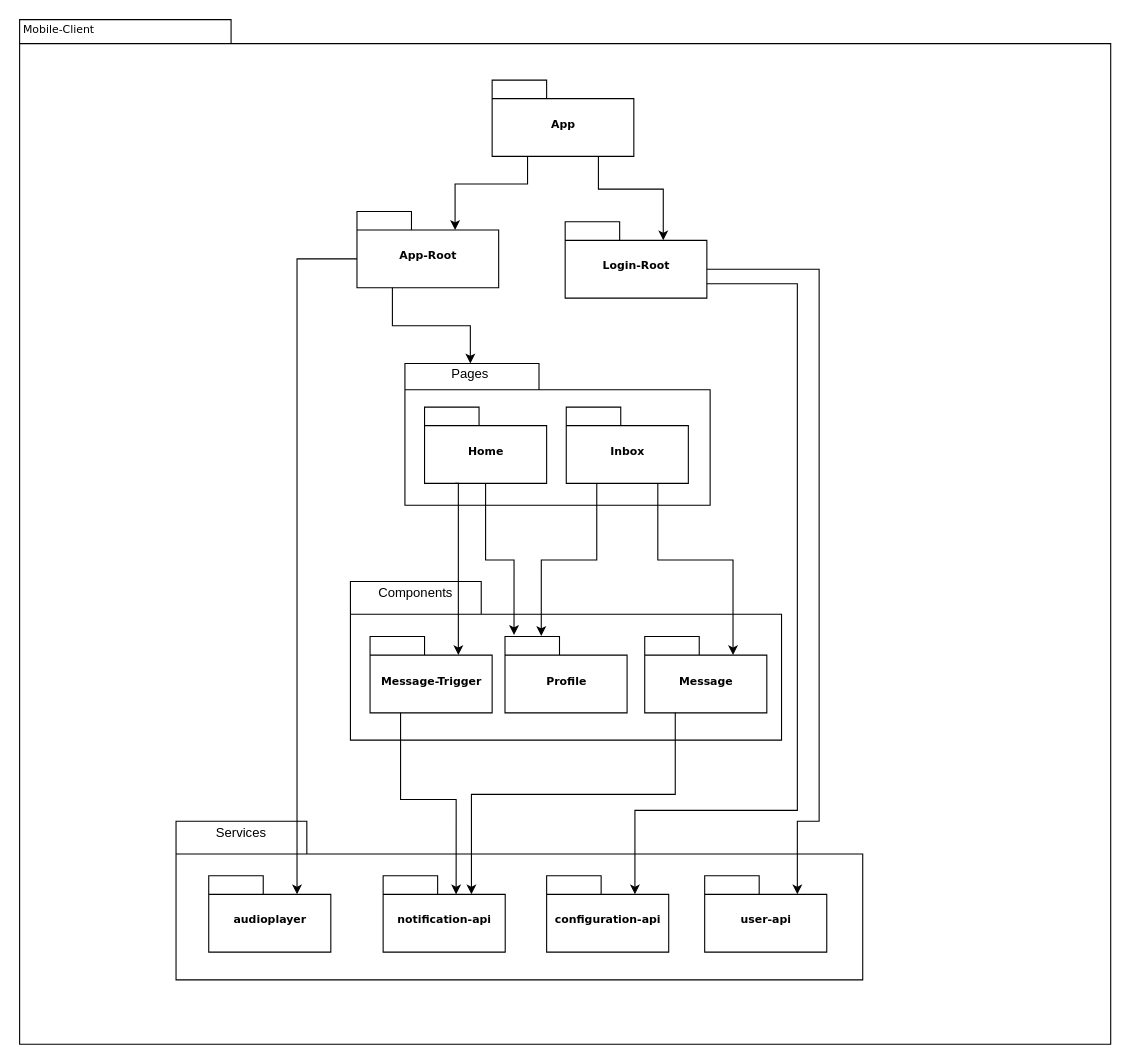
Above: src/graphics/MobileClient-Architecture.drawio in IP5-Cloudbasiertes-Praxisrufsystem/IP5-documentation (draw.io), before the change. Source tidied: cells renumbered, new cells numbered last; positions are measured from the earlier drawing's top-left corner, leaving out a move shared by most shapes. Both pictures are drawn from the tidied source at 109%, with x=0, y=0 at pixel (19, 19).
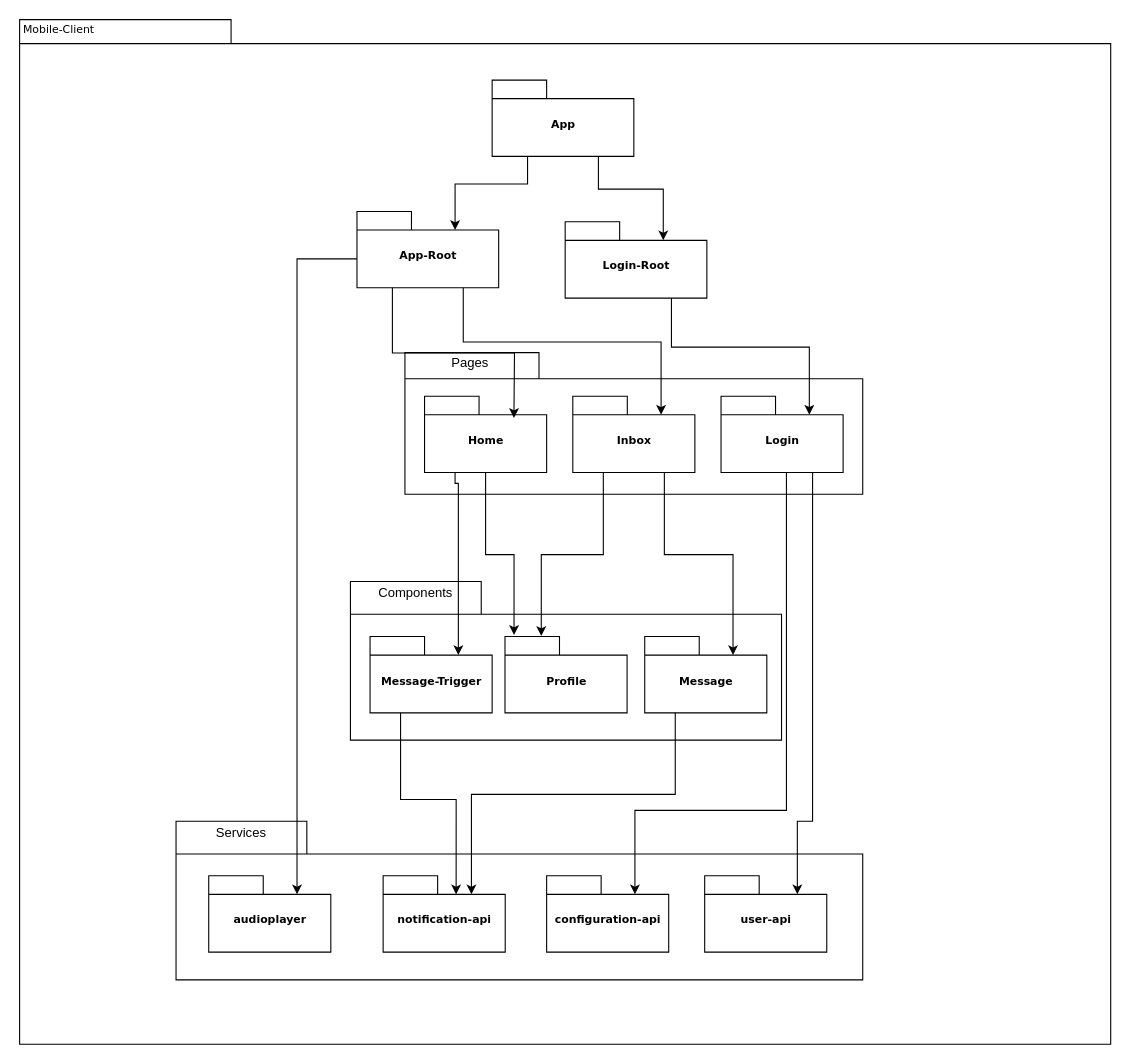
The same page after the edit.

Unchanged cells that the change refers to:
```xml
<mxCell id="8" value="Pages" style="text;html=1;strokeColor=none;fillColor=none;align=center;verticalAlign=middle;whiteSpace=wrap;rounded=0;" parent="4" vertex="1">
  <mxGeometry width="120" height="20" as="geometry" />
</mxCell>
<mxCell id="10" value="App-Root" style="shape=folder;fontStyle=1;spacingTop=10;tabWidth=50;tabHeight=17;tabPosition=left;html=1;rounded=0;shadow=0;comic=0;labelBackgroundColor=none;strokeWidth=1;fontFamily=Verdana;fontSize=10;align=center;" parent="9" vertex="1">
  <mxGeometry width="130" height="70" as="geometry" />
</mxCell>
<mxCell id="14" value="Login-Root" style="shape=folder;fontStyle=1;spacingTop=10;tabWidth=50;tabHeight=17;tabPosition=left;html=1;rounded=0;shadow=0;comic=0;labelBackgroundColor=none;strokeWidth=1;fontFamily=Verdana;fontSize=10;align=center;" parent="13" vertex="1">
  <mxGeometry width="130" height="70" as="geometry" />
</mxCell>
<mxCell id="29" value="configuration-api" style="shape=folder;fontStyle=1;spacingTop=10;tabWidth=50;tabHeight=17;tabPosition=left;html=1;rounded=0;shadow=0;comic=0;labelBackgroundColor=none;strokeWidth=1;fontFamily=Verdana;fontSize=10;align=center;" parent="25" vertex="1">
  <mxGeometry x="340" y="50" width="112" height="70" as="geometry" />
</mxCell>
```

The edit, as a diff of the source:
```diff
@@
     <mxCell id="3" style="group;" parent="1" vertex="1">
-      <mxGeometry x="144" y="166" width="296" height="130" as="geometry" />
+      <mxGeometry x="144" y="166" width="630" height="270" as="geometry" />
     </mxCell>
     <mxCell id="4" style="group;" parent="3" vertex="1">
-      <mxGeometry x="210" y="150" width="280" height="130" as="geometry" />
+      <mxGeometry x="210" y="140" width="420" height="130" as="geometry" />
     </mxCell>
     <mxCell id="5" style="shape=folder;fontStyle=1;spacingTop=10;tabWidth=123;tabHeight=24;tabPosition=left;html=1;rounded=0;shadow=0;comic=0;labelBackgroundColor=none;strokeWidth=1;fontFamily=Verdana;fontSize=10;align=center;" parent="4" vertex="1">
-      <mxGeometry width="280" height="130" as="geometry" />
+      <mxGeometry width="420" height="130" as="geometry" />
     </mxCell>
-    <mxCell id="6" value="Home" style="shape=folder;fontStyle=1;spacingTop=10;tabWidth=50;tabHeight=17;tabPosition=left;html=1;rounded=0;shadow=0;comic=0;labelBackgroundColor=none;strokeWidth=1;fontFamily=Verdana;fontSize=10;align=center;" parent="4" vertex="1">
+    <mxCell id="6" value="Home" style="shape=folder;fontStyle=1;spacingTop=10;tabWidth=50;tabHeight=17;tabPosition=left;html=1;rounded=0;shadow=0;comic=0;labelBackgroundColor=none;strokeWidth=1;fontFamily=Verdana;fontSize=10;align=center;" parent="5" vertex="1">
       <mxGeometry x="18" y="40" width="112" height="70" as="geometry" />
     </mxCell>
-    <mxCell id="7" value="Inbox" style="shape=folder;fontStyle=1;spacingTop=10;tabWidth=50;tabHeight=17;tabPosition=left;html=1;rounded=0;shadow=0;comic=0;labelBackgroundColor=none;strokeWidth=1;fontFamily=Verdana;fontSize=10;align=center;" parent="4" vertex="1">
-      <mxGeometry x="148" y="40" width="112" height="70" as="geometry" />
+    <mxCell id="7" value="Inbox" style="shape=folder;fontStyle=1;spacingTop=10;tabWidth=50;tabHeight=17;tabPosition=left;html=1;rounded=0;shadow=0;comic=0;labelBackgroundColor=none;strokeWidth=1;fontFamily=Verdana;fontSize=10;align=center;" parent="5" vertex="1">
+      <mxGeometry x="154" y="40" width="112" height="70" as="geometry" />
     </mxCell>
+    <mxCell id="41" value="Login" style="shape=folder;fontStyle=1;spacingTop=10;tabWidth=50;tabHeight=17;tabPosition=left;html=1;rounded=0;shadow=0;comic=0;labelBackgroundColor=none;strokeWidth=1;fontFamily=Verdana;fontSize=10;align=center;" parent="5" vertex="1">
+      <mxGeometry x="290" y="40" width="112" height="70" as="geometry" />
+    </mxCell>
@@
-    <mxCell id="11" style="edgeStyle=orthogonalEdgeStyle;rounded=0;jettySize=auto;html=1;exitX=0.25;exitY=1;exitDx=0;exitDy=0;exitPerimeter=0;" parent="3" edge="1" source="10" target="8">
-      <mxGeometry relative="1" as="geometry" />
+    <mxCell id="11" style="edgeStyle=orthogonalEdgeStyle;rounded=0;jettySize=auto;html=1;exitX=0.25;exitY=1;exitDx=0;exitDy=0;exitPerimeter=0;" parent="3" edge="1" source="10">
+      <mxGeometry relative="1" as="geometry">
+        <mxPoint x="310" y="200" as="targetPoint" />
+      </mxGeometry>
     </mxCell>
+    <mxCell id="42" style="edgeStyle=orthogonalEdgeStyle;rounded=0;jettySize=auto;html=1;exitX=0.75;exitY=1;exitDx=0;exitDy=0;exitPerimeter=0;entryX=0;entryY=0;entryDx=81;entryDy=17;entryPerimeter=0;" parent="3" edge="1" source="10" target="7">
+      <mxGeometry relative="1" as="geometry" />
+    </mxCell>
@@
-    <mxCell id="32" style="edgeStyle=orthogonalEdgeStyle;rounded=0;jettySize=auto;html=1;exitX=0;exitY=0;exitDx=130;exitDy=43.5;exitPerimeter=0;" parent="1" edge="1" source="14">
+    <mxCell id="32" style="edgeStyle=orthogonalEdgeStyle;rounded=0;jettySize=auto;html=1;exitX=0.75;exitY=1;exitDx=0;exitDy=0;exitPerimeter=0;" parent="1" edge="1" source="41">
       <mxGeometry relative="1" as="geometry">
         <mxPoint x="714" y="803" as="targetPoint" />
         <Array as="points">
-          <mxPoint x="734" y="230" />
-          <mxPoint x="734" y="736" />
+          <mxPoint x="728" y="736" />
           <mxPoint x="714" y="736" />
         </Array>
       </mxGeometry>
     </mxCell>
@@
-    <mxCell id="40" style="edgeStyle=orthogonalEdgeStyle;rounded=0;jettySize=auto;html=1;exitX=0;exitY=0;exitDx=130;exitDy=56.75;exitPerimeter=0;entryX=0;entryY=0;entryDx=81;entryDy=17;entryPerimeter=0;" parent="1" edge="1" source="14" target="29">
+    <mxCell id="40" style="edgeStyle=orthogonalEdgeStyle;rounded=0;jettySize=auto;html=1;exitX=0.5;exitY=1;exitDx=0;exitDy=0;exitPerimeter=0;entryX=0;entryY=0;entryDx=81;entryDy=17;entryPerimeter=0;" parent="1" edge="1" source="41" target="29">
       <mxGeometry relative="1" as="geometry">
         <Array as="points">
-          <mxPoint x="714" y="243" />
-          <mxPoint x="714" y="726" />
+          <mxPoint x="704" y="416" />
+          <mxPoint x="704" y="726" />
           <mxPoint x="565" y="726" />
         </Array>
       </mxGeometry>
     </mxCell>
+    <mxCell id="43" style="edgeStyle=orthogonalEdgeStyle;rounded=0;jettySize=auto;html=1;exitX=0.75;exitY=1;exitDx=0;exitDy=0;exitPerimeter=0;entryX=0;entryY=0;entryDx=81;entryDy=17;entryPerimeter=0;" parent="1" edge="1" source="14" target="41">
+      <mxGeometry relative="1" as="geometry" />
+    </mxCell>
```
